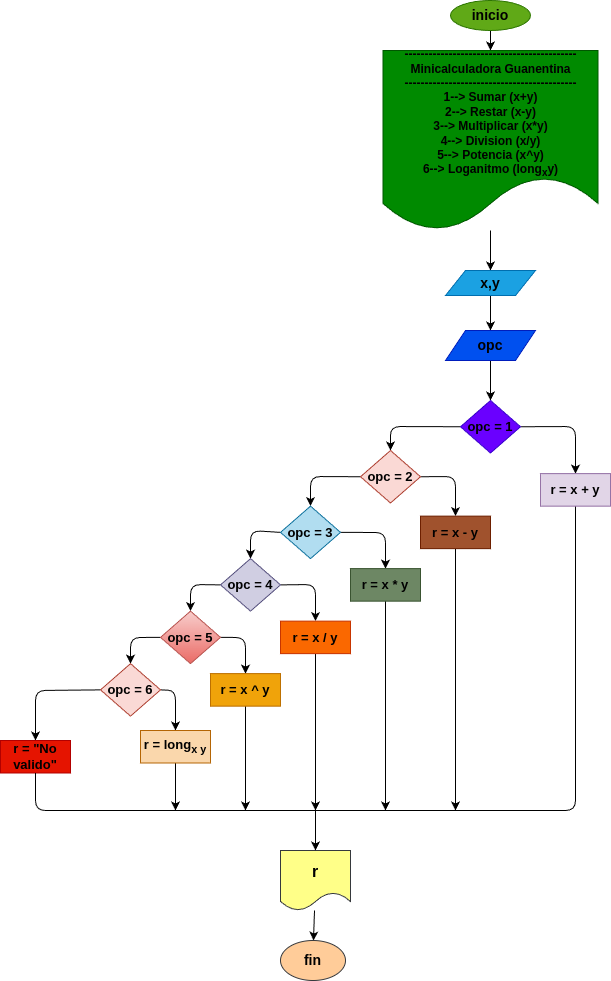
Before: Diagrama.png, a diagram exported from draw.io (tapias4/Minicalculadora_Guanentina). Source tidied: cells renumbered, new cells last; positions are measured from the earlier drawing's top-left corner, leaving out a move shared by most shapes. Its diagram source:
```xml
<mxGraphModel>
  <root>
    <mxCell id="0" />
    <mxCell id="1" parent="0" />
    <mxCell id="2" style="edgeStyle=none;html=1;" parent="1" edge="1" source="3" target="5">
      <mxGeometry relative="1" as="geometry" />
    </mxCell>
    <mxCell id="3" value="&lt;font size=&quot;1&quot; color=&quot;#000000&quot;&gt;&lt;b style=&quot;font-size: 14px;&quot;&gt;inicio&lt;/b&gt;&lt;/font&gt;" style="ellipse;whiteSpace=wrap;html=1;fillColor=#60a917;fontColor=#ffffff;strokeColor=#2D7600;" parent="1" vertex="1">
      <mxGeometry x="450" width="80" height="30" as="geometry" />
    </mxCell>
    <mxCell id="4" style="edgeStyle=none;html=1;" parent="1" edge="1" source="5" target="7">
      <mxGeometry relative="1" as="geometry" />
    </mxCell>
    <mxCell id="5" value="&lt;b style=&quot;&quot;&gt;&lt;font style=&quot;font-size: 12px;&quot; color=&quot;#000000&quot;&gt;-------------------------------------------&lt;br&gt;Minicalculadora Guanentina&lt;br&gt;-------------------------------------------&lt;br&gt;1--&amp;gt; Sumar (x+y)&lt;br&gt;2--&amp;gt; Restar (x-y)&lt;br&gt;3--&amp;gt; Multiplicar (x*y)&lt;br&gt;4--&amp;gt; Division (x/y)&lt;br&gt;5--&amp;gt; Potencia (x^y)&lt;br&gt;6--&amp;gt; Loganitmo (long&lt;sub&gt;x&lt;/sub&gt;y)&lt;/font&gt;&lt;/b&gt;" style="shape=document;whiteSpace=wrap;html=1;boundedLbl=1;fillColor=#008a00;fontColor=#ffffff;strokeColor=#005700;" parent="1" vertex="1">
      <mxGeometry x="382.5" y="50" width="215" height="180" as="geometry" />
    </mxCell>
    <mxCell id="6" style="edgeStyle=none;html=1;" parent="1" edge="1" source="7" target="9">
      <mxGeometry relative="1" as="geometry" />
    </mxCell>
    <mxCell id="7" value="&lt;b&gt;&lt;font color=&quot;#000000&quot; style=&quot;font-size: 14px;&quot;&gt;x,y&lt;/font&gt;&lt;/b&gt;" style="shape=parallelogram;perimeter=parallelogramPerimeter;whiteSpace=wrap;html=1;fixedSize=1;fillColor=#1ba1e2;fontColor=#ffffff;strokeColor=#006EAF;" parent="1" vertex="1">
      <mxGeometry x="445" y="270" width="90" height="25" as="geometry" />
    </mxCell>
    <mxCell id="8" style="edgeStyle=none;html=1;" parent="1" edge="1" source="9" target="12">
      <mxGeometry relative="1" as="geometry" />
    </mxCell>
    <mxCell id="9" value="&lt;b&gt;&lt;font color=&quot;#000000&quot; style=&quot;font-size: 14px;&quot;&gt;opc&lt;/font&gt;&lt;/b&gt;" style="shape=parallelogram;perimeter=parallelogramPerimeter;whiteSpace=wrap;html=1;fixedSize=1;fillColor=#0050ef;fontColor=#ffffff;strokeColor=#001DBC;" parent="1" vertex="1">
      <mxGeometry x="445" y="330" width="90" height="30" as="geometry" />
    </mxCell>
    <mxCell id="10" style="edgeStyle=none;html=1;exitX=0;exitY=0.5;exitDx=0;exitDy=0;entryX=0.5;entryY=0;entryDx=0;entryDy=0;" parent="1" edge="1" source="12" target="17">
      <mxGeometry relative="1" as="geometry">
        <Array as="points">
          <mxPoint x="390" y="426" />
        </Array>
      </mxGeometry>
    </mxCell>
    <mxCell id="11" style="edgeStyle=none;html=1;exitX=1;exitY=0.5;exitDx=0;exitDy=0;entryX=0.5;entryY=0;entryDx=0;entryDy=0;" parent="1" edge="1" source="12" target="44">
      <mxGeometry relative="1" as="geometry">
        <Array as="points">
          <mxPoint x="575" y="426" />
        </Array>
      </mxGeometry>
    </mxCell>
    <mxCell id="12" value="&lt;b&gt;&lt;font color=&quot;#000000&quot; style=&quot;font-size: 13px;&quot;&gt;opc = 1&lt;/font&gt;&lt;/b&gt;" style="rhombus;whiteSpace=wrap;html=1;fillColor=#6a00ff;fontColor=#ffffff;strokeColor=#3700CC;" parent="1" vertex="1">
      <mxGeometry x="460" y="400" width="60" height="52.5" as="geometry" />
    </mxCell>
    <mxCell id="13" style="edgeStyle=none;html=1;exitX=0.5;exitY=1;exitDx=0;exitDy=0;" parent="1" edge="1" source="14">
      <mxGeometry relative="1" as="geometry">
        <mxPoint x="455" y="810" as="targetPoint" />
      </mxGeometry>
    </mxCell>
    <mxCell id="14" value="&lt;b&gt;&lt;font color=&quot;#000000&quot; style=&quot;font-size: 13px;&quot;&gt;r = x - y&lt;/font&gt;&lt;/b&gt;" style="rounded=0;whiteSpace=wrap;html=1;fillColor=#a0522d;fontColor=#ffffff;strokeColor=#6D1F00;" parent="1" vertex="1">
      <mxGeometry x="420" y="515.6" width="70" height="32.5" as="geometry" />
    </mxCell>
    <mxCell id="15" style="edgeStyle=none;html=1;exitX=0;exitY=0.5;exitDx=0;exitDy=0;entryX=0.5;entryY=0;entryDx=0;entryDy=0;" parent="1" edge="1" source="17" target="20">
      <mxGeometry relative="1" as="geometry">
        <Array as="points">
          <mxPoint x="310" y="476" />
        </Array>
      </mxGeometry>
    </mxCell>
    <mxCell id="16" style="edgeStyle=none;html=1;exitX=1;exitY=0.5;exitDx=0;exitDy=0;entryX=0.5;entryY=0;entryDx=0;entryDy=0;" parent="1" edge="1" source="17" target="14">
      <mxGeometry relative="1" as="geometry">
        <Array as="points">
          <mxPoint x="455" y="476" />
        </Array>
      </mxGeometry>
    </mxCell>
    <mxCell id="17" value="&lt;b&gt;&lt;font color=&quot;#000000&quot; style=&quot;font-size: 13px;&quot;&gt;opc = 2&lt;/font&gt;&lt;/b&gt;" style="rhombus;whiteSpace=wrap;html=1;fillColor=#fad9d5;strokeColor=#ae4132;" parent="1" vertex="1">
      <mxGeometry x="360" y="450" width="60" height="52.5" as="geometry" />
    </mxCell>
    <mxCell id="18" style="edgeStyle=none;html=1;exitX=0;exitY=0.5;exitDx=0;exitDy=0;entryX=0.5;entryY=0;entryDx=0;entryDy=0;" parent="1" edge="1" source="20" target="23">
      <mxGeometry relative="1" as="geometry">
        <Array as="points">
          <mxPoint x="250" y="530" />
        </Array>
      </mxGeometry>
    </mxCell>
    <mxCell id="19" style="edgeStyle=none;html=1;exitX=1;exitY=0.5;exitDx=0;exitDy=0;entryX=0.5;entryY=0;entryDx=0;entryDy=0;" parent="1" edge="1" source="20" target="31">
      <mxGeometry relative="1" as="geometry">
        <Array as="points">
          <mxPoint x="385" y="532" />
        </Array>
      </mxGeometry>
    </mxCell>
    <mxCell id="20" value="&lt;b&gt;&lt;font color=&quot;#000000&quot; style=&quot;font-size: 13px;&quot;&gt;opc = 3&lt;/font&gt;&lt;/b&gt;" style="rhombus;whiteSpace=wrap;html=1;fillColor=#b1ddf0;strokeColor=#10739e;" parent="1" vertex="1">
      <mxGeometry x="280" y="505.6" width="60" height="52.5" as="geometry" />
    </mxCell>
    <mxCell id="21" style="edgeStyle=none;html=1;exitX=0;exitY=0.5;exitDx=0;exitDy=0;entryX=0.5;entryY=0;entryDx=0;entryDy=0;" parent="1" edge="1" source="23" target="26">
      <mxGeometry relative="1" as="geometry">
        <Array as="points">
          <mxPoint x="190" y="584" />
        </Array>
      </mxGeometry>
    </mxCell>
    <mxCell id="22" style="edgeStyle=none;html=1;exitX=1;exitY=0.5;exitDx=0;exitDy=0;entryX=0.5;entryY=0;entryDx=0;entryDy=0;" parent="1" edge="1" source="23" target="33">
      <mxGeometry relative="1" as="geometry">
        <Array as="points">
          <mxPoint x="315" y="584" />
        </Array>
      </mxGeometry>
    </mxCell>
    <mxCell id="23" value="&lt;b&gt;&lt;font color=&quot;#000000&quot; style=&quot;font-size: 13px;&quot;&gt;opc = 4&lt;/font&gt;&lt;/b&gt;" style="rhombus;whiteSpace=wrap;html=1;fillColor=#d0cee2;strokeColor=#56517e;" parent="1" vertex="1">
      <mxGeometry x="220" y="558.1" width="60" height="52.5" as="geometry" />
    </mxCell>
    <mxCell id="24" style="edgeStyle=none;html=1;exitX=0;exitY=0.5;exitDx=0;exitDy=0;entryX=0.5;entryY=0;entryDx=0;entryDy=0;" parent="1" edge="1" source="26" target="29">
      <mxGeometry relative="1" as="geometry">
        <Array as="points">
          <mxPoint x="130" y="637" />
        </Array>
      </mxGeometry>
    </mxCell>
    <mxCell id="25" style="edgeStyle=none;html=1;exitX=1;exitY=0.5;exitDx=0;exitDy=0;entryX=0.5;entryY=0;entryDx=0;entryDy=0;" parent="1" edge="1" source="26" target="35">
      <mxGeometry relative="1" as="geometry">
        <Array as="points">
          <mxPoint x="245" y="637" />
        </Array>
      </mxGeometry>
    </mxCell>
    <mxCell id="26" value="&lt;b&gt;&lt;font color=&quot;#000000&quot; style=&quot;font-size: 13px;&quot;&gt;opc = 5&lt;/font&gt;&lt;/b&gt;" style="rhombus;whiteSpace=wrap;html=1;fillColor=#f8cecc;strokeColor=#b85450;gradientColor=#ea6b66;" parent="1" vertex="1">
      <mxGeometry x="160" y="610.6" width="60" height="52.5" as="geometry" />
    </mxCell>
    <mxCell id="27" style="edgeStyle=none;html=1;exitX=1;exitY=0.5;exitDx=0;exitDy=0;entryX=0.5;entryY=0;entryDx=0;entryDy=0;" parent="1" edge="1" source="29" target="37">
      <mxGeometry relative="1" as="geometry">
        <Array as="points">
          <mxPoint x="175" y="690" />
        </Array>
      </mxGeometry>
    </mxCell>
    <mxCell id="28" style="edgeStyle=none;html=1;exitX=0;exitY=0.5;exitDx=0;exitDy=0;entryX=0.5;entryY=0;entryDx=0;entryDy=0;" parent="1" edge="1" source="29" target="38">
      <mxGeometry relative="1" as="geometry">
        <Array as="points">
          <mxPoint x="35" y="690" />
        </Array>
      </mxGeometry>
    </mxCell>
    <mxCell id="29" value="&lt;b&gt;&lt;font color=&quot;#000000&quot; style=&quot;font-size: 13px;&quot;&gt;opc = 6&lt;/font&gt;&lt;/b&gt;" style="rhombus;whiteSpace=wrap;html=1;fillColor=#fad9d5;strokeColor=#ae4132;" parent="1" vertex="1">
      <mxGeometry x="100" y="663.1" width="60" height="52.5" as="geometry" />
    </mxCell>
    <mxCell id="30" style="edgeStyle=none;html=1;exitX=0.5;exitY=1;exitDx=0;exitDy=0;" parent="1" edge="1" source="31">
      <mxGeometry relative="1" as="geometry">
        <mxPoint x="385" y="810" as="targetPoint" />
      </mxGeometry>
    </mxCell>
    <mxCell id="31" value="&lt;b&gt;&lt;font color=&quot;#000000&quot; style=&quot;font-size: 13px;&quot;&gt;r = x * y&lt;/font&gt;&lt;/b&gt;" style="rounded=0;whiteSpace=wrap;html=1;fillColor=#6d8764;fontColor=#ffffff;strokeColor=#3A5431;" parent="1" vertex="1">
      <mxGeometry x="350" y="568.1" width="70" height="32.5" as="geometry" />
    </mxCell>
    <mxCell id="32" style="edgeStyle=none;html=1;exitX=0.5;exitY=1;exitDx=0;exitDy=0;" parent="1" edge="1" source="33">
      <mxGeometry relative="1" as="geometry">
        <mxPoint x="315" y="810" as="targetPoint" />
      </mxGeometry>
    </mxCell>
    <mxCell id="33" value="&lt;b&gt;&lt;font style=&quot;font-size: 13px;&quot;&gt;r = x / y&lt;/font&gt;&lt;/b&gt;" style="rounded=0;whiteSpace=wrap;html=1;fillColor=#fa6800;fontColor=#000000;strokeColor=#C73500;" parent="1" vertex="1">
      <mxGeometry x="280" y="620.6" width="70" height="32.5" as="geometry" />
    </mxCell>
    <mxCell id="34" style="edgeStyle=none;html=1;exitX=0.5;exitY=1;exitDx=0;exitDy=0;" parent="1" edge="1" source="35">
      <mxGeometry relative="1" as="geometry">
        <mxPoint x="245" y="810" as="targetPoint" />
      </mxGeometry>
    </mxCell>
    <mxCell id="35" value="&lt;b&gt;&lt;font style=&quot;font-size: 13px;&quot;&gt;r = x ^ y&lt;/font&gt;&lt;/b&gt;" style="rounded=0;whiteSpace=wrap;html=1;fillColor=#f0a30a;fontColor=#000000;strokeColor=#BD7000;" parent="1" vertex="1">
      <mxGeometry x="210" y="673.1" width="70" height="32.5" as="geometry" />
    </mxCell>
    <mxCell id="36" style="edgeStyle=none;html=1;exitX=0.5;exitY=1;exitDx=0;exitDy=0;" parent="1" edge="1" source="37">
      <mxGeometry relative="1" as="geometry">
        <mxPoint x="175" y="810" as="targetPoint" />
      </mxGeometry>
    </mxCell>
    <mxCell id="37" value="&lt;b style=&quot;font-size: 13px;&quot;&gt;&lt;font color=&quot;#000000&quot;&gt;r = long&lt;sub&gt;x y&lt;/sub&gt;&lt;/font&gt;&lt;/b&gt;" style="rounded=0;whiteSpace=wrap;html=1;fillColor=#fad7ac;strokeColor=#b46504;" parent="1" vertex="1">
      <mxGeometry x="140" y="730" width="70" height="32.5" as="geometry" />
    </mxCell>
    <mxCell id="38" value="&lt;b&gt;&lt;font color=&quot;#000000&quot; style=&quot;font-size: 13px;&quot;&gt;r = &quot;No valido&quot;&lt;/font&gt;&lt;/b&gt;" style="rounded=0;whiteSpace=wrap;html=1;fillColor=#e51400;fontColor=#ffffff;strokeColor=#B20000;" parent="1" vertex="1">
      <mxGeometry y="740" width="70" height="32.5" as="geometry" />
    </mxCell>
    <mxCell id="39" style="edgeStyle=none;html=1;" parent="1" edge="1" source="40" target="42">
      <mxGeometry relative="1" as="geometry" />
    </mxCell>
    <mxCell id="40" value="&lt;b&gt;&lt;font color=&quot;#000000&quot; style=&quot;font-size: 16px;&quot;&gt;r&lt;/font&gt;&lt;/b&gt;" style="shape=document;whiteSpace=wrap;html=1;boundedLbl=1;fillColor=#ffff88;strokeColor=#36393d;" parent="1" vertex="1">
      <mxGeometry x="280" y="850" width="70" height="60" as="geometry" />
    </mxCell>
    <mxCell id="41" style="endArrow=classic;html=1;entryX=0.5;entryY=0;entryDx=0;entryDy=0;" parent="1" edge="1" target="40">
      <mxGeometry relative="1" as="geometry">
        <mxPoint x="315" y="810" as="sourcePoint" />
      </mxGeometry>
    </mxCell>
    <mxCell id="42" value="&lt;b&gt;&lt;font color=&quot;#000000&quot; style=&quot;font-size: 14px;&quot;&gt;fin&lt;/font&gt;&lt;/b&gt;" style="ellipse;whiteSpace=wrap;html=1;fillColor=#ffcc99;strokeColor=#36393d;" parent="1" vertex="1">
      <mxGeometry x="280" y="940" width="65" height="40" as="geometry" />
    </mxCell>
    <mxCell id="43" style="endArrow=none;html=1;exitX=0.5;exitY=1;exitDx=0;exitDy=0;entryX=0.5;entryY=1;entryDx=0;entryDy=0;" parent="1" edge="1" source="38" target="44">
      <mxGeometry relative="1" as="geometry">
        <Array as="points">
          <mxPoint x="35" y="810" />
          <mxPoint x="575" y="810" />
        </Array>
      </mxGeometry>
    </mxCell>
    <mxCell id="44" value="&lt;font color=&quot;#000000&quot; style=&quot;font-size: 13px;&quot;&gt;&lt;b&gt;r = x + y&lt;/b&gt;&lt;/font&gt;" style="rounded=0;whiteSpace=wrap;html=1;fillColor=#e1d5e7;strokeColor=#9673a6;" parent="1" vertex="1">
      <mxGeometry x="540" y="473.1" width="70" height="32.5" as="geometry" />
    </mxCell>
  </root>
</mxGraphModel>
```
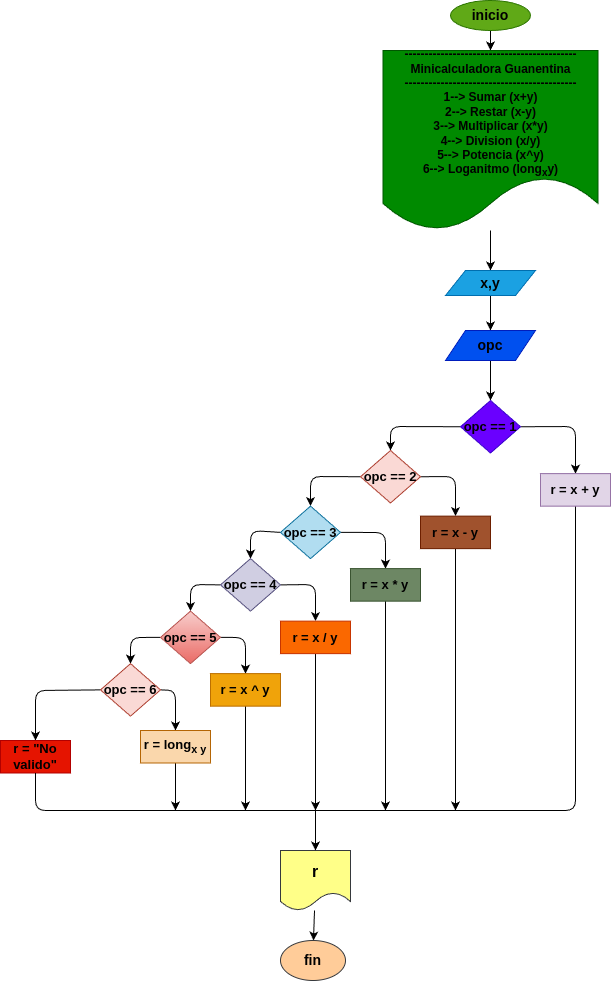
The same diagram one commit later.

What changed in the source:
```diff
@@ -40,7 +40,7 @@
         </Array>
       </mxGeometry>
     </mxCell>
-    <mxCell id="12" value="&lt;b&gt;&lt;font color=&quot;#000000&quot; style=&quot;font-size: 13px;&quot;&gt;opc = 1&lt;/font&gt;&lt;/b&gt;" style="rhombus;whiteSpace=wrap;html=1;fillColor=#6a00ff;fontColor=#ffffff;strokeColor=#3700CC;" parent="1" vertex="1">
+    <mxCell id="12" value="&lt;b&gt;&lt;font color=&quot;#000000&quot; style=&quot;font-size: 13px;&quot;&gt;opc == 1&lt;/font&gt;&lt;/b&gt;" style="rhombus;whiteSpace=wrap;html=1;fillColor=#6a00ff;fontColor=#ffffff;strokeColor=#3700CC;" parent="1" vertex="1">
       <mxGeometry x="460" y="400" width="60" height="52.5" as="geometry" />
     </mxCell>
     <mxCell id="13" style="edgeStyle=none;html=1;exitX=0.5;exitY=1;exitDx=0;exitDy=0;" parent="1" edge="1" source="14">
@@ -65,7 +65,7 @@
         </Array>
       </mxGeometry>
     </mxCell>
-    <mxCell id="17" value="&lt;b&gt;&lt;font color=&quot;#000000&quot; style=&quot;font-size: 13px;&quot;&gt;opc = 2&lt;/font&gt;&lt;/b&gt;" style="rhombus;whiteSpace=wrap;html=1;fillColor=#fad9d5;strokeColor=#ae4132;" parent="1" vertex="1">
+    <mxCell id="17" value="&lt;b&gt;&lt;font color=&quot;#000000&quot; style=&quot;font-size: 13px;&quot;&gt;opc == 2&lt;/font&gt;&lt;/b&gt;" style="rhombus;whiteSpace=wrap;html=1;fillColor=#fad9d5;strokeColor=#ae4132;" parent="1" vertex="1">
       <mxGeometry x="360" y="450" width="60" height="52.5" as="geometry" />
     </mxCell>
     <mxCell id="18" style="edgeStyle=none;html=1;exitX=0;exitY=0.5;exitDx=0;exitDy=0;entryX=0.5;entryY=0;entryDx=0;entryDy=0;" parent="1" edge="1" source="20" target="23">
@@ -82,7 +82,7 @@
         </Array>
       </mxGeometry>
     </mxCell>
-    <mxCell id="20" value="&lt;b&gt;&lt;font color=&quot;#000000&quot; style=&quot;font-size: 13px;&quot;&gt;opc = 3&lt;/font&gt;&lt;/b&gt;" style="rhombus;whiteSpace=wrap;html=1;fillColor=#b1ddf0;strokeColor=#10739e;" parent="1" vertex="1">
+    <mxCell id="20" value="&lt;b&gt;&lt;font color=&quot;#000000&quot; style=&quot;font-size: 13px;&quot;&gt;opc == 3&lt;/font&gt;&lt;/b&gt;" style="rhombus;whiteSpace=wrap;html=1;fillColor=#b1ddf0;strokeColor=#10739e;" parent="1" vertex="1">
       <mxGeometry x="280" y="505.6" width="60" height="52.5" as="geometry" />
     </mxCell>
     <mxCell id="21" style="edgeStyle=none;html=1;exitX=0;exitY=0.5;exitDx=0;exitDy=0;entryX=0.5;entryY=0;entryDx=0;entryDy=0;" parent="1" edge="1" source="23" target="26">
@@ -99,7 +99,7 @@
         </Array>
       </mxGeometry>
     </mxCell>
-    <mxCell id="23" value="&lt;b&gt;&lt;font color=&quot;#000000&quot; style=&quot;font-size: 13px;&quot;&gt;opc = 4&lt;/font&gt;&lt;/b&gt;" style="rhombus;whiteSpace=wrap;html=1;fillColor=#d0cee2;strokeColor=#56517e;" parent="1" vertex="1">
+    <mxCell id="23" value="&lt;b&gt;&lt;font color=&quot;#000000&quot; style=&quot;font-size: 13px;&quot;&gt;opc == 4&lt;/font&gt;&lt;/b&gt;" style="rhombus;whiteSpace=wrap;html=1;fillColor=#d0cee2;strokeColor=#56517e;" parent="1" vertex="1">
       <mxGeometry x="220" y="558.1" width="60" height="52.5" as="geometry" />
     </mxCell>
     <mxCell id="24" style="edgeStyle=none;html=1;exitX=0;exitY=0.5;exitDx=0;exitDy=0;entryX=0.5;entryY=0;entryDx=0;entryDy=0;" parent="1" edge="1" source="26" target="29">
@@ -116,7 +116,7 @@
         </Array>
       </mxGeometry>
     </mxCell>
-    <mxCell id="26" value="&lt;b&gt;&lt;font color=&quot;#000000&quot; style=&quot;font-size: 13px;&quot;&gt;opc = 5&lt;/font&gt;&lt;/b&gt;" style="rhombus;whiteSpace=wrap;html=1;fillColor=#f8cecc;strokeColor=#b85450;gradientColor=#ea6b66;" parent="1" vertex="1">
+    <mxCell id="26" value="&lt;b&gt;&lt;font color=&quot;#000000&quot; style=&quot;font-size: 13px;&quot;&gt;opc == 5&lt;/font&gt;&lt;/b&gt;" style="rhombus;whiteSpace=wrap;html=1;fillColor=#f8cecc;strokeColor=#b85450;gradientColor=#ea6b66;" parent="1" vertex="1">
       <mxGeometry x="160" y="610.6" width="60" height="52.5" as="geometry" />
     </mxCell>
     <mxCell id="27" style="edgeStyle=none;html=1;exitX=1;exitY=0.5;exitDx=0;exitDy=0;entryX=0.5;entryY=0;entryDx=0;entryDy=0;" parent="1" edge="1" source="29" target="37">
@@ -133,7 +133,7 @@
         </Array>
       </mxGeometry>
     </mxCell>
-    <mxCell id="29" value="&lt;b&gt;&lt;font color=&quot;#000000&quot; style=&quot;font-size: 13px;&quot;&gt;opc = 6&lt;/font&gt;&lt;/b&gt;" style="rhombus;whiteSpace=wrap;html=1;fillColor=#fad9d5;strokeColor=#ae4132;" parent="1" vertex="1">
+    <mxCell id="29" value="&lt;b&gt;&lt;font color=&quot;#000000&quot; style=&quot;font-size: 13px;&quot;&gt;opc == 6&lt;/font&gt;&lt;/b&gt;" style="rhombus;whiteSpace=wrap;html=1;fillColor=#fad9d5;strokeColor=#ae4132;" parent="1" vertex="1">
       <mxGeometry x="100" y="663.1" width="60" height="52.5" as="geometry" />
     </mxCell>
     <mxCell id="30" style="edgeStyle=none;html=1;exitX=0.5;exitY=1;exitDx=0;exitDy=0;" parent="1" edge="1" source="31">
```
